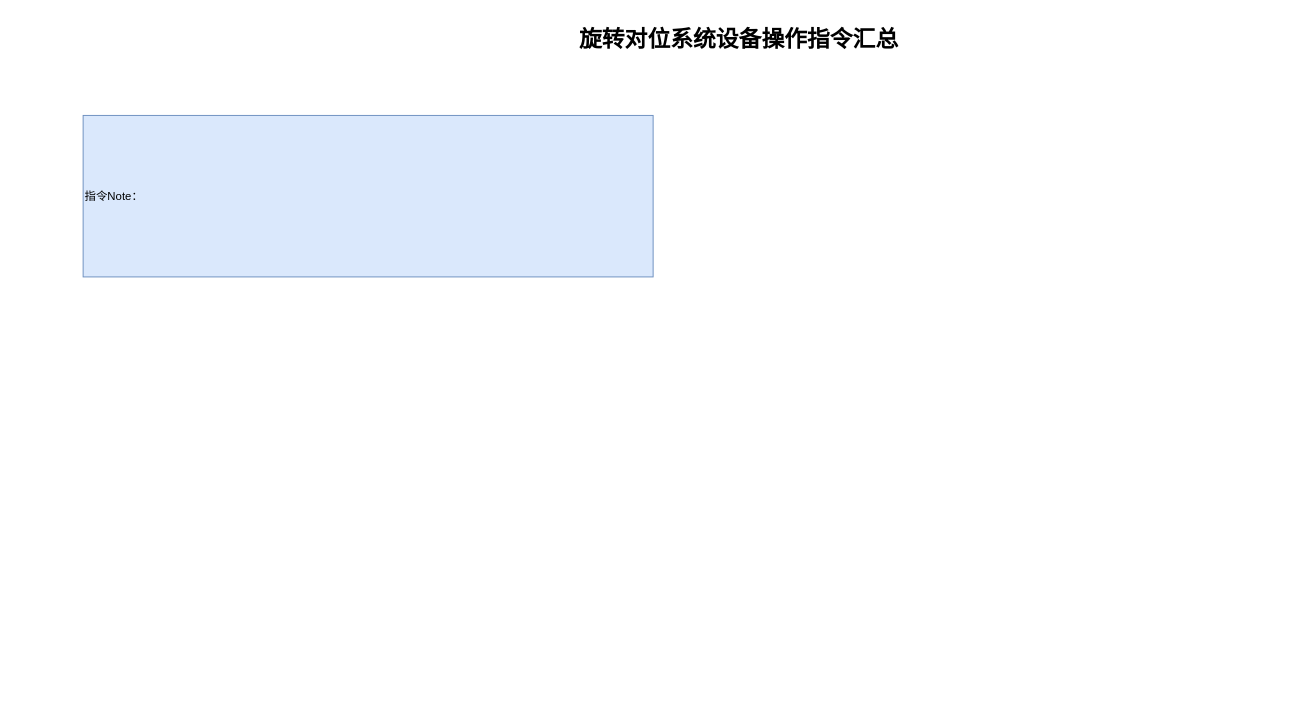
Before: 旋转对位系统设备指令汇总.drawio in FalconARDev2018/falcon_mc6s16_v10r00, a draw.io diagram. Source tidied: cells renumbered, new cells numbered last; positions are measured from the earlier drawing's top-left corner, leaving out a move shared by most shapes. Both pictures are drawn from the tidied source at 95%, with x=0, y=0 at pixel (83, 20).
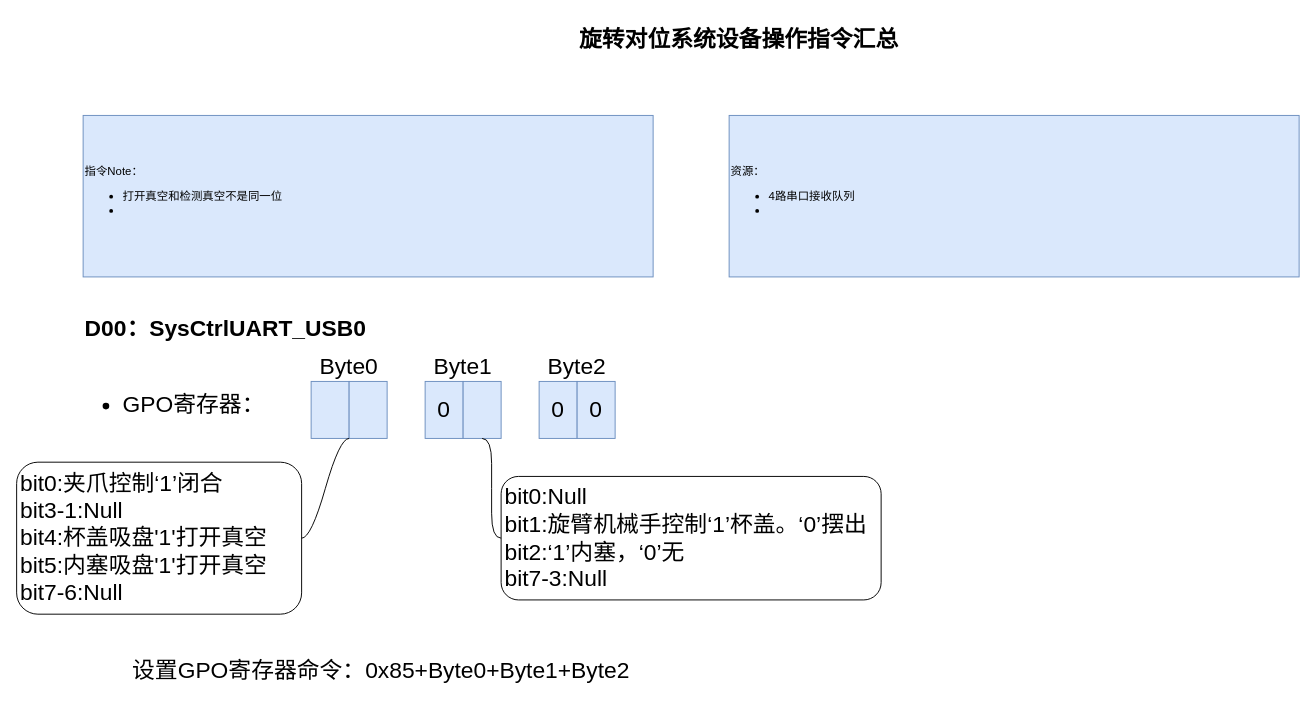
Above is the later version.

Commit message (it also covers changes not shown here):
更新旋转对位系统设备指令汇总.drawio

The edit, as a diff of the source:
```diff
@@
-    <mxCell id="3" value="&lt;div align=&quot;left&quot;&gt;指令Note：&lt;br&gt;&lt;/div&gt;" style="rounded=0;whiteSpace=wrap;html=1;fillColor=#dae8fc;strokeColor=#6c8ebf;align=left;" parent="1" vertex="1">
+    <mxCell id="3" value="&lt;div align=&quot;left&quot;&gt;指令Note：&lt;/div&gt;&lt;div align=&quot;left&quot;&gt;&lt;ul&gt;&lt;li&gt;打开真空和检测真空不是同一位&lt;/li&gt;&lt;li&gt;&lt;br&gt;&lt;/li&gt;&lt;/ul&gt;&lt;/div&gt;" style="rounded=0;whiteSpace=wrap;html=1;fillColor=#dae8fc;strokeColor=#6c8ebf;align=left;" parent="1" vertex="1">
       <mxGeometry y="100" width="600" height="170" as="geometry" />
     </mxCell>
+    <mxCell id="4" value="&lt;div&gt;资源：&lt;/div&gt;&lt;div&gt;&lt;ul&gt;&lt;li&gt;4路串口接收队列&lt;/li&gt;&lt;li&gt;&lt;br&gt;&lt;/li&gt;&lt;/ul&gt;&lt;/div&gt;" style="rounded=0;whiteSpace=wrap;html=1;fillColor=#dae8fc;strokeColor=#6c8ebf;align=left;" parent="1" vertex="1">
+      <mxGeometry x="680" y="100" width="600" height="170" as="geometry" />
+    </mxCell>
+    <mxCell id="5" value="D00：SysCtrlUART_USB0" style="text;strokeColor=none;align=left;fillColor=none;html=1;verticalAlign=middle;whiteSpace=wrap;rounded=0;fontStyle=1;fontSize=24;" parent="1" vertex="1">
+      <mxGeometry y="310" width="550" height="30" as="geometry" />
+    </mxCell>
+    <mxCell id="6" value="&lt;div&gt;&lt;ul&gt;&lt;li&gt;GPO寄存器：&lt;br&gt;&lt;/li&gt;&lt;/ul&gt;&lt;/div&gt;" style="text;strokeColor=none;align=left;fillColor=none;html=1;verticalAlign=middle;whiteSpace=wrap;rounded=0;fontSize=24;" parent="1" vertex="1">
+      <mxGeometry y="370" width="200" height="70" as="geometry" />
+    </mxCell>
+    <mxCell id="7" style="group;" parent="1" vertex="1">
+      <mxGeometry x="240" y="380" width="80" height="60" as="geometry" />
+    </mxCell>
+    <mxCell id="8" style="rounded=0;whiteSpace=wrap;html=1;fillColor=#dae8fc;strokeColor=#6c8ebf;align=left;" parent="7" vertex="1">
+      <mxGeometry width="40" height="60" as="geometry" />
+    </mxCell>
+    <mxCell id="9" style="rounded=0;whiteSpace=wrap;html=1;fillColor=#dae8fc;strokeColor=#6c8ebf;align=left;" parent="7" vertex="1">
+      <mxGeometry x="40" width="40" height="60" as="geometry" />
+    </mxCell>
+    <mxCell id="10" style="group;" parent="1" vertex="1">
+      <mxGeometry x="360" y="380" width="80" height="60" as="geometry" />
+    </mxCell>
+    <mxCell id="11" value="&lt;div style=&quot;font-size: 24px;&quot; align=&quot;center&quot;&gt;0&lt;/div&gt;" style="rounded=0;whiteSpace=wrap;html=1;fillColor=#dae8fc;strokeColor=#6c8ebf;align=center;" parent="10" vertex="1">
+      <mxGeometry width="40" height="60" as="geometry" />
+    </mxCell>
+    <mxCell id="12" style="rounded=0;whiteSpace=wrap;html=1;fillColor=#dae8fc;strokeColor=#6c8ebf;align=left;" parent="10" vertex="1">
+      <mxGeometry x="40" width="40" height="60" as="geometry" />
+    </mxCell>
+    <mxCell id="13" style="group;" parent="1" vertex="1">
+      <mxGeometry x="480" y="380" width="80" height="60" as="geometry" />
+    </mxCell>
+    <mxCell id="14" value="0" style="rounded=0;whiteSpace=wrap;html=1;fillColor=#dae8fc;strokeColor=#6c8ebf;align=center;fontSize=24;" parent="13" vertex="1">
+      <mxGeometry width="40" height="60" as="geometry" />
+    </mxCell>
+    <mxCell id="15" value="&lt;div style=&quot;font-size: 24px;&quot; align=&quot;center&quot;&gt;0&lt;/div&gt;" style="rounded=0;whiteSpace=wrap;html=1;fillColor=#dae8fc;strokeColor=#6c8ebf;align=center;" parent="13" vertex="1">
+      <mxGeometry x="40" width="40" height="60" as="geometry" />
+    </mxCell>
+    <mxCell id="16" value="设置GPO寄存器命令：0x85+Byte0+Byte1+Byte2" style="text;strokeColor=none;align=left;fillColor=none;html=1;verticalAlign=middle;whiteSpace=wrap;rounded=0;fontSize=24;" parent="1" vertex="1">
+      <mxGeometry x="50" y="670" width="620" height="30" as="geometry" />
+    </mxCell>
+    <mxCell id="17" value="&lt;div&gt;bit0:夹爪控制‘1’闭合&lt;/div&gt;&lt;div&gt;bit3-1:Null&lt;/div&gt;&lt;div&gt;bit4:杯盖吸盘'1'打开真空&lt;/div&gt;&lt;div&gt;bit5:内塞吸盘'1'打开真空&lt;/div&gt;&lt;div&gt;bit7-6:Null&lt;br&gt;&lt;/div&gt;" style="whiteSpace=wrap;html=1;rounded=1;arcSize=14;align=left;verticalAlign=middle;strokeWidth=1;spacing=4;newEdgeStyle={&quot;edgeStyle&quot;:&quot;entityRelationEdgeStyle&quot;,&quot;startArrow&quot;:&quot;none&quot;,&quot;endArrow&quot;:&quot;none&quot;,&quot;segment&quot;:10,&quot;curved&quot;:1,&quot;sourcePerimeterSpacing&quot;:0,&quot;targetPerimeterSpacing&quot;:0};fontSize=24;" parent="1" vertex="1">
+      <mxGeometry x="-70" y="465" width="300" height="160" as="geometry" />
+    </mxCell>
+    <mxCell id="18" style="edgeStyle=entityRelationEdgeStyle;startArrow=none;endArrow=none;segment=10;curved=1;sourcePerimeterSpacing=0;targetPerimeterSpacing=0;rounded=0;fontSize=24;exitX=0;exitY=1;exitDx=0;exitDy=0;" parent="1" edge="1" source="9" target="17">
+      <mxGeometry relative="1" as="geometry" />
+    </mxCell>
+    <mxCell id="19" value="&lt;div&gt;bit0:Null&lt;/div&gt;&lt;div&gt;bit1:旋臂机械手控制‘1’杯盖。‘0’摆出&lt;/div&gt;&lt;div&gt;bit2:‘1’内塞，‘0’无&lt;/div&gt;bit7-3:Null" style="whiteSpace=wrap;html=1;rounded=1;arcSize=14;align=left;verticalAlign=middle;strokeWidth=1;spacing=4;newEdgeStyle={&quot;edgeStyle&quot;:&quot;entityRelationEdgeStyle&quot;,&quot;startArrow&quot;:&quot;none&quot;,&quot;endArrow&quot;:&quot;none&quot;,&quot;segment&quot;:10,&quot;curved&quot;:1,&quot;sourcePerimeterSpacing&quot;:0,&quot;targetPerimeterSpacing&quot;:0};fontSize=24;" parent="1" vertex="1">
+      <mxGeometry x="440" y="480" width="400" height="130" as="geometry" />
+    </mxCell>
+    <mxCell id="20" style="edgeStyle=entityRelationEdgeStyle;startArrow=none;endArrow=none;segment=10;curved=1;sourcePerimeterSpacing=0;targetPerimeterSpacing=0;rounded=0;fontSize=24;exitX=0.5;exitY=1;exitDx=0;exitDy=0;" parent="1" edge="1" source="12" target="19">
+      <mxGeometry relative="1" as="geometry" />
+    </mxCell>
+    <mxCell id="21" value="Byte0" style="text;strokeColor=none;align=center;fillColor=none;html=1;verticalAlign=middle;whiteSpace=wrap;rounded=0;fontSize=24;" parent="1" vertex="1">
+      <mxGeometry x="250" y="350" width="60" height="30" as="geometry" />
+    </mxCell>
+    <mxCell id="22" value="Byte1" style="text;strokeColor=none;align=center;fillColor=none;html=1;verticalAlign=middle;whiteSpace=wrap;rounded=0;fontSize=24;" parent="1" vertex="1">
+      <mxGeometry x="370" y="350" width="60" height="30" as="geometry" />
+    </mxCell>
+    <mxCell id="23" value="Byte2" style="text;strokeColor=none;align=center;fillColor=none;html=1;verticalAlign=middle;whiteSpace=wrap;rounded=0;fontSize=24;" parent="1" vertex="1">
+      <mxGeometry x="490" y="350" width="60" height="30" as="geometry" />
+    </mxCell>
```
